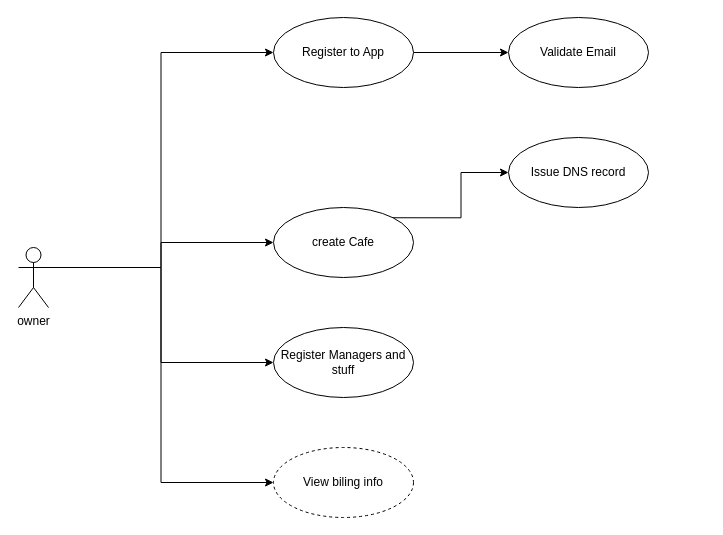
Before: page "UseCase" (1 of 2) of Owner_useCase.drawio in perandr/horeca, a draw.io diagram. Source tidied: cells renumbered, new cells numbered last; positions are measured from the earlier drawing's top-left corner, leaving out a move shared by most shapes. Both pictures are drawn from the tidied source at 100%, with x=0, y=0 at pixel (18, 17).
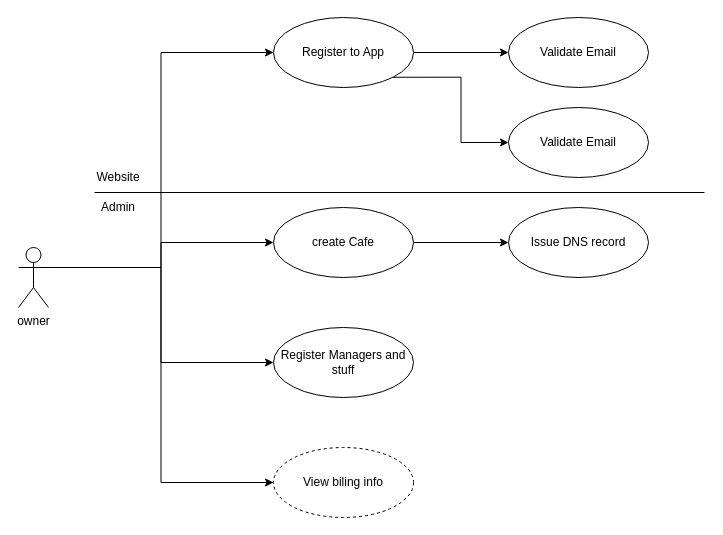
The same page after the edit.

Unchanged cells that the change refers to:
```xml
<mxCell id="8" value="create Cafe" style="ellipse;whiteSpace=wrap;html=1;" parent="1" vertex="1">
  <mxGeometry x="255" y="190" width="140" height="70" as="geometry" />
</mxCell>
<mxCell id="12" value="Register to App" style="ellipse;whiteSpace=wrap;html=1;" parent="1" vertex="1">
  <mxGeometry x="255" width="140" height="70" as="geometry" />
</mxCell>
```

Change to the diagram source:
```diff
@@
-    <mxCell id="7" style="edgeStyle=orthogonalEdgeStyle;rounded=0;jettySize=auto;html=1;exitX=1;exitY=0;exitDx=0;exitDy=0;" parent="1" edge="1" source="8" target="9">
+    <mxCell id="7" style="edgeStyle=orthogonalEdgeStyle;rounded=0;jettySize=auto;html=1;exitX=1;exitY=0.5;exitDx=0;exitDy=0;" parent="1" edge="1" source="8" target="9">
       <mxGeometry relative="1" as="geometry" />
     </mxCell>
@@
     <mxCell id="9" value="Issue DNS record" style="ellipse;whiteSpace=wrap;html=1;" parent="1" vertex="1">
-      <mxGeometry x="490" y="120" width="140" height="70" as="geometry" />
+      <mxGeometry x="490" y="190" width="140" height="70" as="geometry" />
     </mxCell>
@@
+    <mxCell id="15" style="edgeStyle=orthogonalEdgeStyle;rounded=0;jettySize=auto;html=1;exitX=1;exitY=1;exitDx=0;exitDy=0;entryX=0;entryY=0.5;entryDx=0;entryDy=0;" parent="1" edge="1" source="12" target="16">
+      <mxGeometry relative="1" as="geometry" />
+    </mxCell>
@@
+    <mxCell id="16" value="Validate Email" style="ellipse;whiteSpace=wrap;html=1;" parent="1" vertex="1">
+      <mxGeometry x="490" y="90" width="140" height="70" as="geometry" />
+    </mxCell>
+    <mxCell id="17" style="endArrow=none;html=1;" parent="1" edge="1">
+      <mxGeometry relative="1" as="geometry">
+        <mxPoint x="76" y="175" as="sourcePoint" />
+        <mxPoint x="686" y="175" as="targetPoint" />
+      </mxGeometry>
+    </mxCell>
+    <mxCell id="18" value="Website" style="text;html=1;strokeColor=none;fillColor=none;align=center;verticalAlign=middle;whiteSpace=wrap;rounded=0;" parent="1" vertex="1">
+      <mxGeometry x="80" y="150" width="40" height="20" as="geometry" />
+    </mxCell>
+    <mxCell id="19" value="Admin" style="text;html=1;strokeColor=none;fillColor=none;align=center;verticalAlign=middle;whiteSpace=wrap;rounded=0;" parent="1" vertex="1">
+      <mxGeometry x="80" y="180" width="40" height="20" as="geometry" />
+    </mxCell>
```
